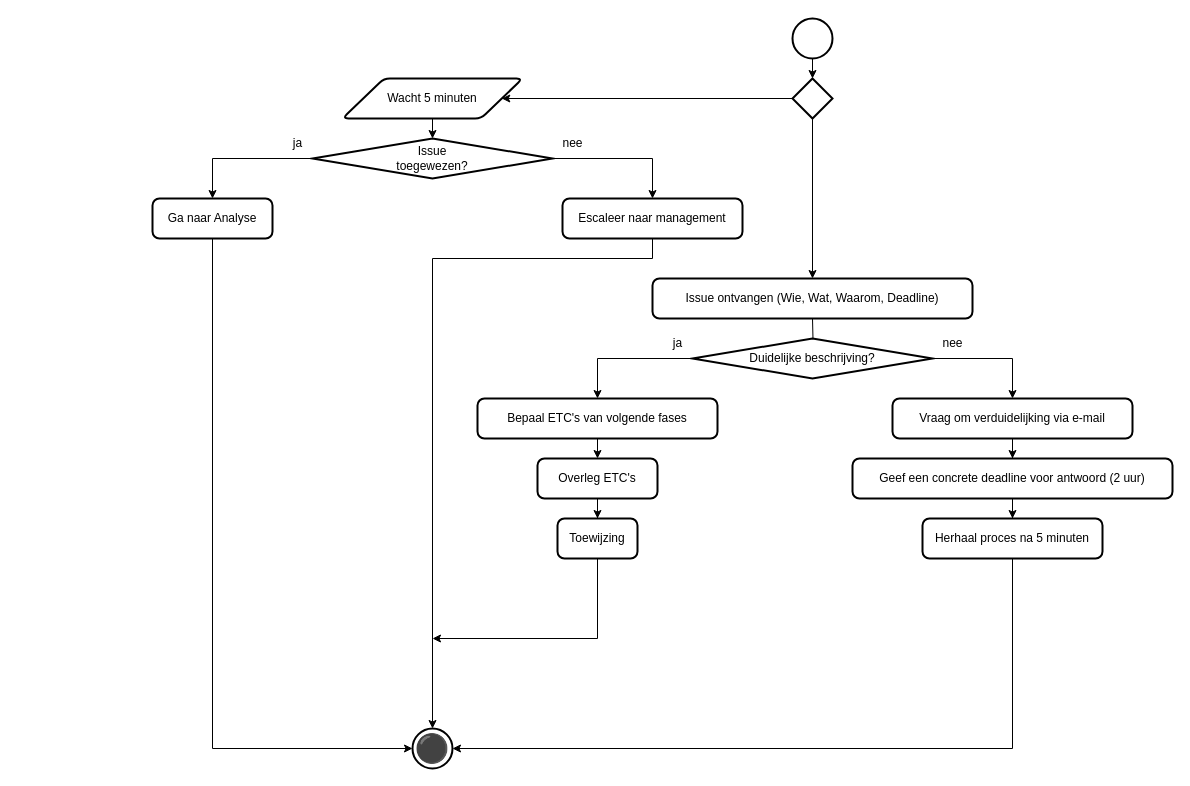
This is 1 Issue Tracker intake.drawio from Zaibatsu89/IssueTracker, a draw.io file, before an edit. Source tidied: cells renumbered, new cells numbered last; positions are measured from the earlier drawing's top-left corner, leaving out a move shared by most shapes. Both pictures are drawn from the tidied source at 100%, with x=0, y=0 at pixel (152, 18).
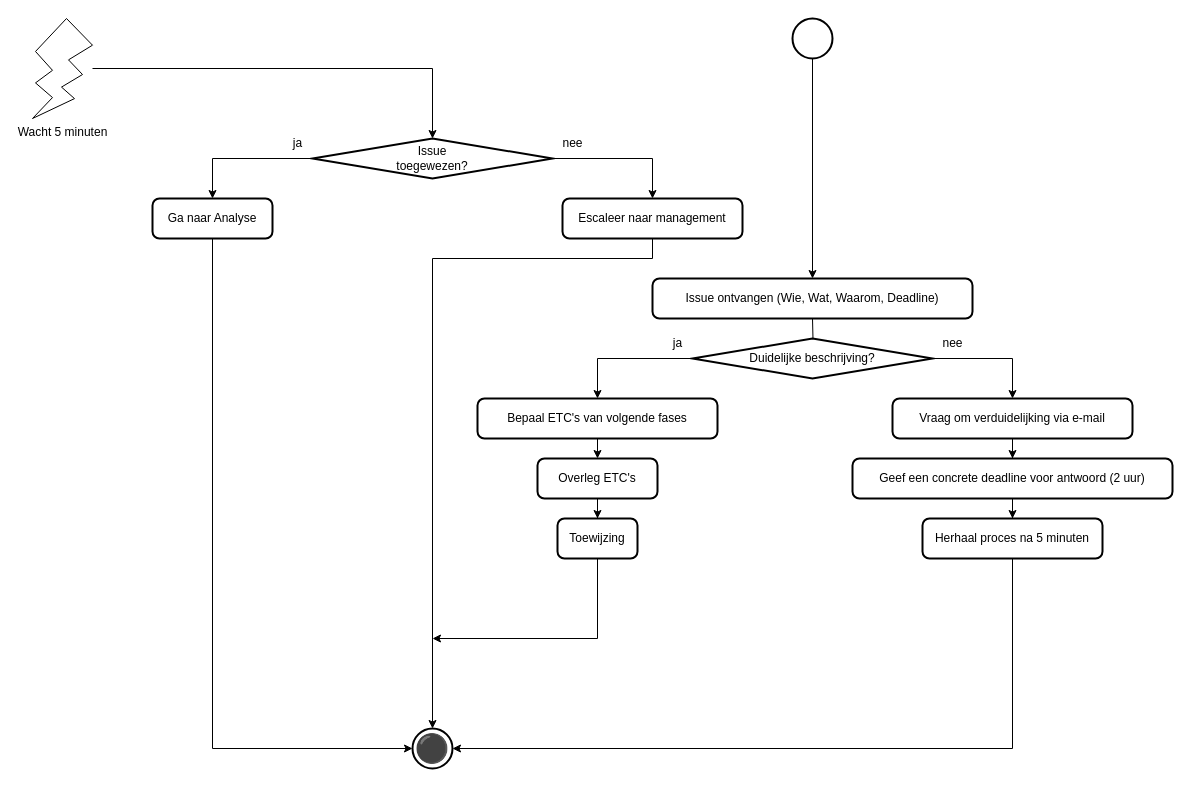
After the change.

Unchanged cells that the change refers to:
```xml
<mxCell id="2" style="strokeWidth=2;html=1;shape=mxgraph.flowchart.start_2;whiteSpace=wrap;" parent="1" vertex="1">
  <mxGeometry x="640" width="40" height="40" as="geometry" />
</mxCell>
<mxCell id="4" value="Issue ontvangen (Wie, Wat, Waarom, Deadline)" style="rounded=1;whiteSpace=wrap;html=1;absoluteArcSize=1;arcSize=14;strokeWidth=2;" parent="1" vertex="1">
  <mxGeometry x="500" y="260" width="320" height="40" as="geometry" />
</mxCell>
<mxCell id="27" value="Issue&lt;br&gt;toegewezen?" style="strokeWidth=2;html=1;shape=mxgraph.flowchart.decision;whiteSpace=wrap;" parent="1" vertex="1">
  <mxGeometry x="160" y="120" width="240" height="40" as="geometry" />
</mxCell>
```

What changed in the source:
```diff
@@
+    <mxCell id="39" style="edgeStyle=orthogonalEdgeStyle;rounded=0;jettySize=auto;html=1;exitX=0.5;exitY=1;exitDx=0;exitDy=0;exitPerimeter=0;entryX=0.5;entryY=0;entryDx=0;entryDy=0;" parent="1" edge="1" source="2" target="4">
+      <mxGeometry relative="1" as="geometry" />
+    </mxCell>
@@
-    <mxCell id="20" style="edgeStyle=orthogonalEdgeStyle;rounded=0;jettySize=auto;html=1;exitX=0.5;exitY=1;exitDx=0;exitDy=0;exitPerimeter=0;entryX=0.5;entryY=0;entryDx=0;entryDy=0;" parent="1" edge="1" source="22" target="4">
-      <mxGeometry relative="1" as="geometry" />
-    </mxCell>
-    <mxCell id="21" style="edgeStyle=orthogonalEdgeStyle;rounded=0;jettySize=auto;html=1;exitX=0;exitY=0.5;exitDx=0;exitDy=0;exitPerimeter=0;entryX=1;entryY=0.5;entryDx=0;entryDy=0;" parent="1" edge="1" source="22" target="24">
-      <mxGeometry relative="1" as="geometry" />
-    </mxCell>
-    <mxCell id="22" style="strokeWidth=2;html=1;shape=mxgraph.flowchart.decision;whiteSpace=wrap;" parent="1" vertex="1">
-      <mxGeometry x="640" y="60" width="40" height="40" as="geometry" />
-    </mxCell>
-    <mxCell id="23" style="edgeStyle=orthogonalEdgeStyle;rounded=0;jettySize=auto;html=1;exitX=0.5;exitY=1;exitDx=0;exitDy=0;exitPerimeter=0;entryX=0.5;entryY=0;entryDx=0;entryDy=0;entryPerimeter=0;" parent="1" edge="1" source="2" target="22">
-      <mxGeometry relative="1" as="geometry" />
-    </mxCell>
-    <mxCell id="24" value="Wacht 5 minuten" style="shape=parallelogram;html=1;strokeWidth=2;perimeter=parallelogramPerimeter;whiteSpace=wrap;rounded=1;arcSize=12;size=0.23;" parent="1" vertex="1">
-      <mxGeometry x="190" y="60" width="180" height="40" as="geometry" />
-    </mxCell>
@@
-    <mxCell id="29" style="edgeStyle=orthogonalEdgeStyle;rounded=0;jettySize=auto;html=1;exitX=0.5;exitY=1;exitDx=0;exitDy=0;entryX=0.5;entryY=0;entryDx=0;entryDy=0;entryPerimeter=0;" parent="1" edge="1" source="24" target="27">
-      <mxGeometry relative="1" as="geometry" />
-    </mxCell>
@@
+    <mxCell id="24" value="Wacht 5 minuten" style="verticalLabelPosition=bottom;verticalAlign=top;html=1;shape=mxgraph.basic.flash;" parent="1" vertex="1">
+      <mxGeometry x="-120" width="60" height="100" as="geometry" />
+    </mxCell>
+    <mxCell id="29" style="edgeStyle=orthogonalEdgeStyle;rounded=0;jettySize=auto;html=1;entryX=0.5;entryY=0;entryDx=0;entryDy=0;entryPerimeter=0;" parent="1" edge="1" source="24" target="27">
+      <mxGeometry relative="1" as="geometry" />
+    </mxCell>
```
